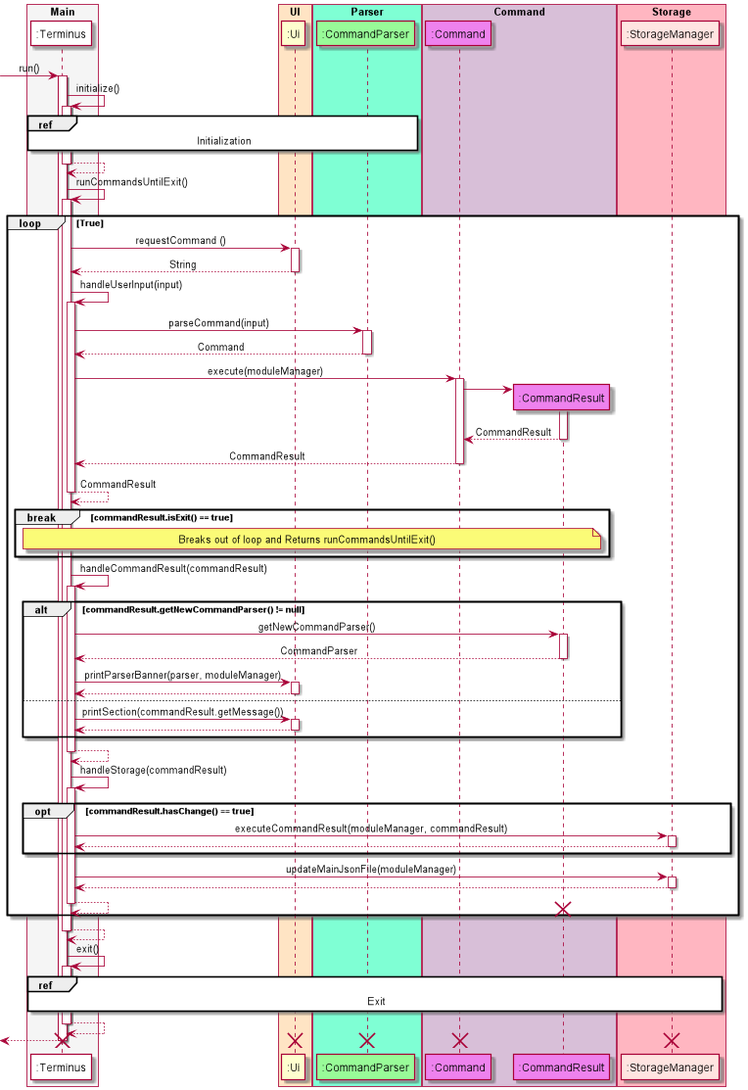
nus-cs2113-AY2122S1/tp keeps this PlantUML diagram as docs/attachments/MainLogic.png. Above is the earlier version.
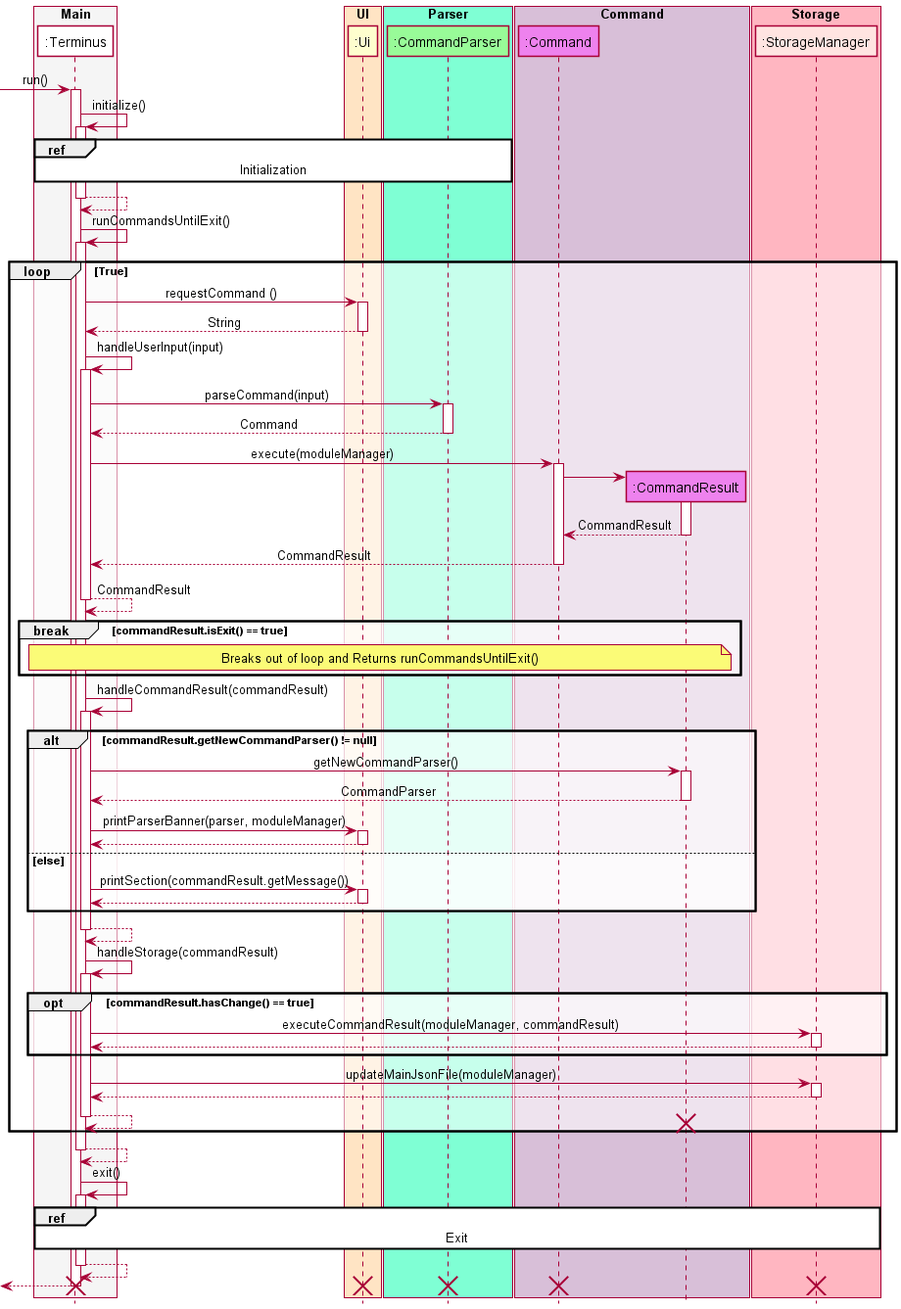
Above is the later version.

Diff of the diagram source:
```diff
@@ -1,21 +1,22 @@
 @startuml
-box "Main" #whitesmoke
-participant ":Terminus" as Terminus #white
+!include SequenceStyle.puml
+
+box "Main" TERMINUS_BOX_COLOR
+participant ":Terminus" as Terminus TERMINUS_COLOR
 endbox
-box "UI" #bisque
+box "UI" UI_BOX_COLOR
 participant ":Ui" as Ui
 endbox
-box "Parser" #aquamarine
-participant ":CommandParser" as CommandParser #palegreen
+box "Parser" PARSER_BOX_COLOR
+participant ":CommandParser" as CommandParser PARSER_COLOR
 endbox
-box "Command" #thistle
-participant ":Command" as Command #violet
-participant ":CommandResult" as CommandResult #violet
+box "Command" COMMAND_BOX_COLOR
+participant ":Command" as Command COMMAND_COLOR
+participant ":CommandResult" as CommandResult COMMAND_COLOR
 endbox
-box "Storage" #lightpink
-participant ":StorageManager" as StorageManager #mistyrose
+box "Storage" STORAGE_BOX_COLOR
+participant ":StorageManager" as StorageManager STORAGE_COLOR
 endbox
-skinparam sequenceMessageAlign center
 autoactivate on
 
 -> Terminus: run()
@@ -44,7 +45,7 @@
           return CommandParser
           Terminus -> Ui:printParserBanner(parser, moduleManager)
           return
-        else
+        else else
           Terminus -> Ui:printSection(commandResult.getMessage())
           return
         end
```
